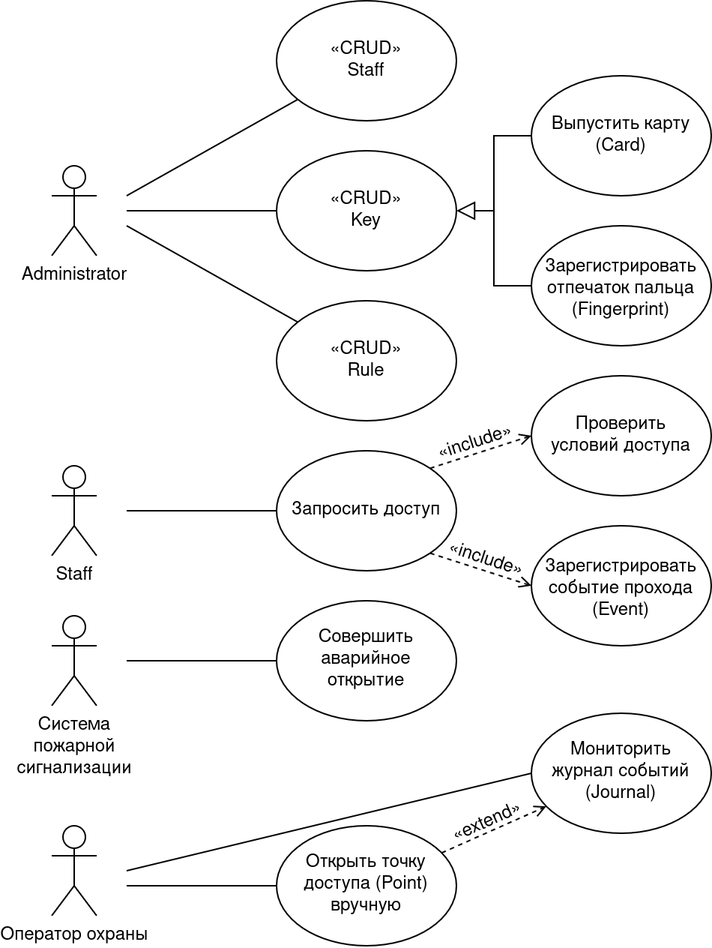
Before: lab3/diagrams/skud-use-case-diagram.png, a diagram exported from draw.io (akshin-kuvshin/ooad). Source tidied: cells renumbered, new cells last; positions are measured from the earlier drawing's top-left corner, leaving out a move shared by most shapes.
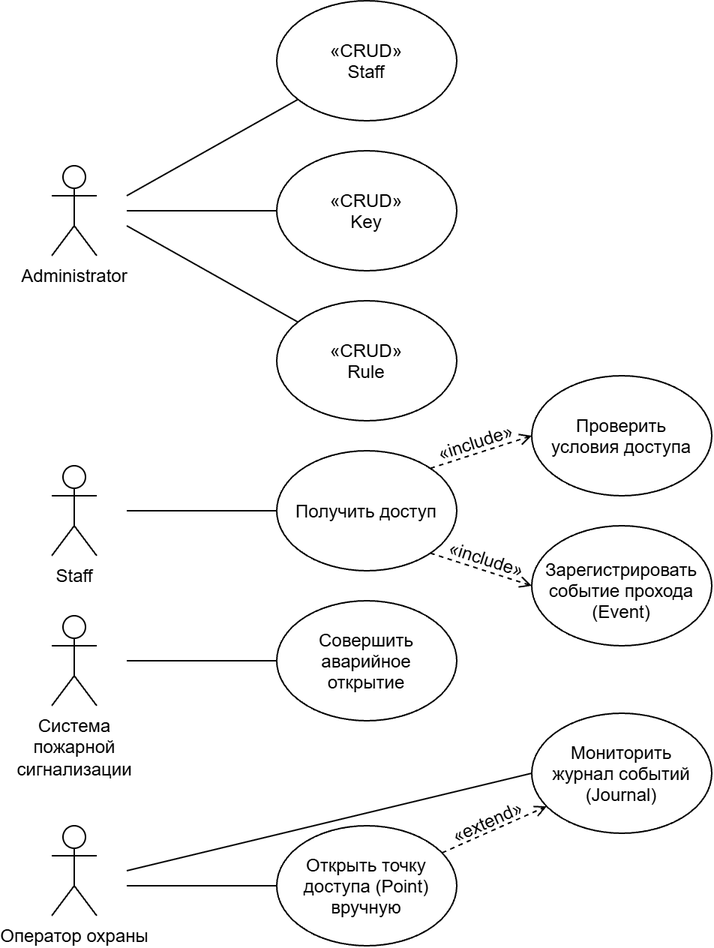
After the commit.

Commit message:
lab3/diagrams & lab3/report fix (LAB3 FINISHED)

Change to the diagram source:
```diff
@@ -22,36 +22,19 @@
     <mxCell id="7" value="«CRUD»&lt;br&gt;Staff" style="ellipse;whiteSpace=wrap;html=1;shapeInside=1;" parent="1" vertex="1">
       <mxGeometry x="150" width="120" height="80" as="geometry" />
     </mxCell>
-    <mxCell id="8" style="edgeStyle=orthogonalEdgeStyle;rounded=0;jettySize=auto;html=1;entryX=0;entryY=0.5;entryDx=0;entryDy=0;defaultLabelBackgroundColor=page;endArrow=none;endFill=0;startArrow=block;startFill=0;startSize=10;" parent="1" edge="1" source="10" target="11">
-      <mxGeometry relative="1" as="geometry" />
-    </mxCell>
-    <mxCell id="9" style="edgeStyle=orthogonalEdgeStyle;rounded=0;jettySize=auto;html=1;entryX=0;entryY=0.5;entryDx=0;entryDy=0;defaultLabelBackgroundColor=page;endArrow=none;endFill=0;" parent="1" edge="1" target="12">
-      <mxGeometry x="0.01" relative="1" as="geometry">
-        <mxPoint x="295" y="140" as="sourcePoint" />
-        <Array as="points">
-          <mxPoint x="295" y="190" />
-        </Array>
-      </mxGeometry>
-    </mxCell>
     <mxCell id="10" value="«CRUD»&lt;div&gt;Key&lt;/div&gt;" style="ellipse;whiteSpace=wrap;html=1;shapeInside=1;" parent="1" vertex="1">
       <mxGeometry x="150" y="100" width="120" height="80" as="geometry" />
     </mxCell>
-    <mxCell id="11" value="Выпустить карту (Card)" style="ellipse;whiteSpace=wrap;html=1;shapeInside=1;" parent="1" vertex="1">
-      <mxGeometry x="320" y="50" width="120" height="80" as="geometry" />
-    </mxCell>
-    <mxCell id="12" value="Зарегистрировать отпечаток пальца (Fingerprint)" style="ellipse;whiteSpace=wrap;html=1;shapeInside=1;" parent="1" vertex="1">
-      <mxGeometry x="320" y="150" width="120" height="80" as="geometry" />
-    </mxCell>
     <mxCell id="13" value="«CRUD»&lt;br&gt;Rule" style="ellipse;whiteSpace=wrap;html=1;shapeInside=1;" parent="1" vertex="1">
       <mxGeometry x="150" y="200" width="120" height="80" as="geometry" />
     </mxCell>
     <mxCell id="14" style="rounded=0;jettySize=auto;html=1;exitX=1;exitY=0;exitDx=0;exitDy=0;entryX=0;entryY=0.5;entryDx=0;entryDy=0;defaultLabelBackgroundColor=page;dashed=1;endArrow=open;endFill=0;" parent="1" edge="1" source="15" target="16">
       <mxGeometry relative="1" as="geometry" />
     </mxCell>
-    <mxCell id="15" value="Запросить доступ" style="ellipse;whiteSpace=wrap;html=1;shapeInside=1;" parent="1" vertex="1">
+    <mxCell id="15" value="Получить доступ" style="ellipse;whiteSpace=wrap;html=1;shapeInside=1;" parent="1" vertex="1">
       <mxGeometry x="150" y="300" width="120" height="80" as="geometry" />
     </mxCell>
-    <mxCell id="16" value="Проверить условий доступа" style="ellipse;whiteSpace=wrap;html=1;shapeInside=1;" parent="1" vertex="1">
+    <mxCell id="16" value="Проверить условия доступа" style="ellipse;whiteSpace=wrap;html=1;shapeInside=1;" parent="1" vertex="1">
       <mxGeometry x="320" y="250" width="120" height="80" as="geometry" />
     </mxCell>
     <mxCell id="17" value="Зарегистрировать событие прохода (Event)" style="ellipse;whiteSpace=wrap;html=1;shapeInside=1;" parent="1" vertex="1">
```
